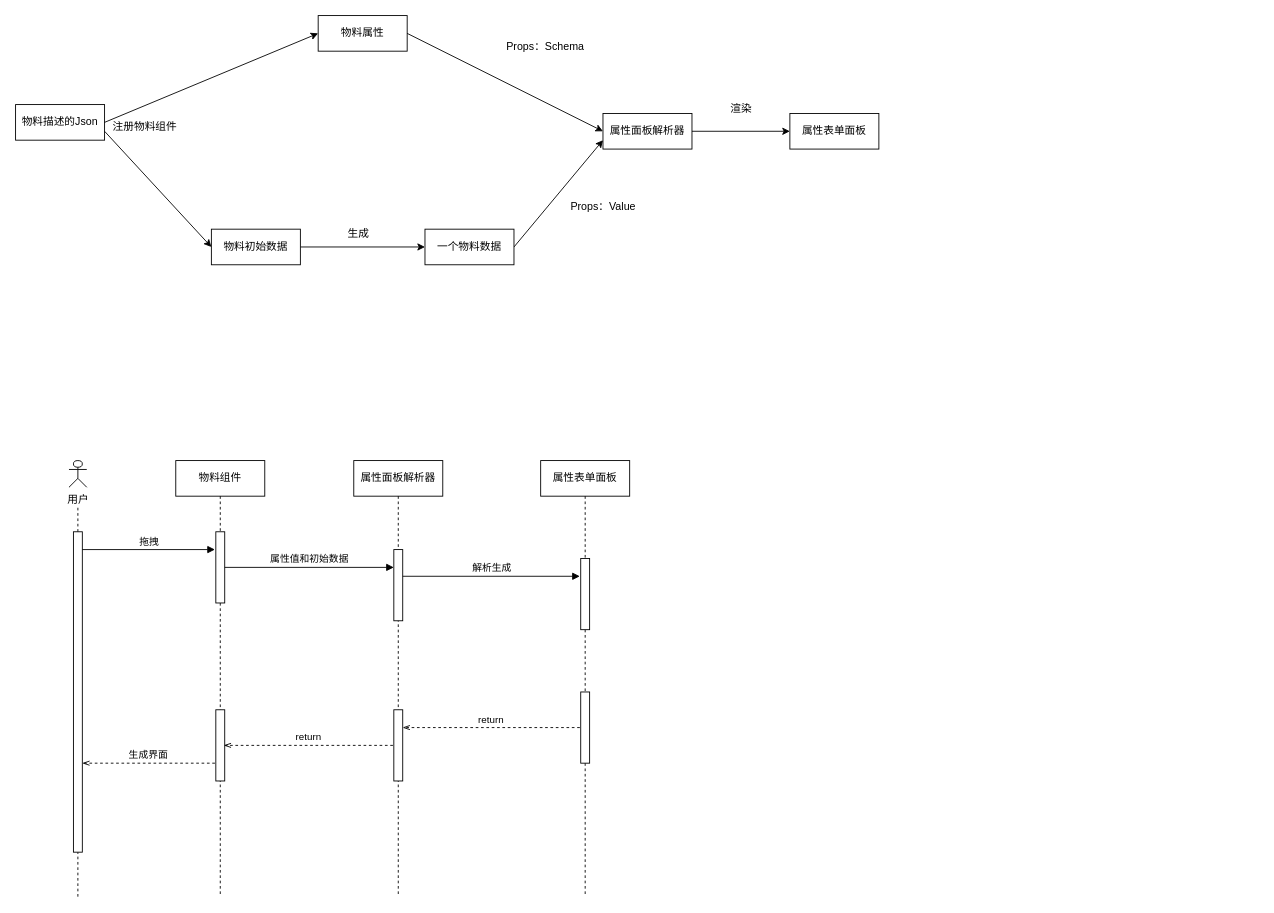
The draw.io diagram 属性面板.drawio in yuxinyu12345/diagrams, before the edit. Source tidied: cells renumbered, new cells numbered last; positions are measured from the earlier drawing's top-left corner, leaving out a move shared by most shapes. Both pictures are drawn from the tidied source at 89%, with x=0, y=0 at pixel (15, 15).
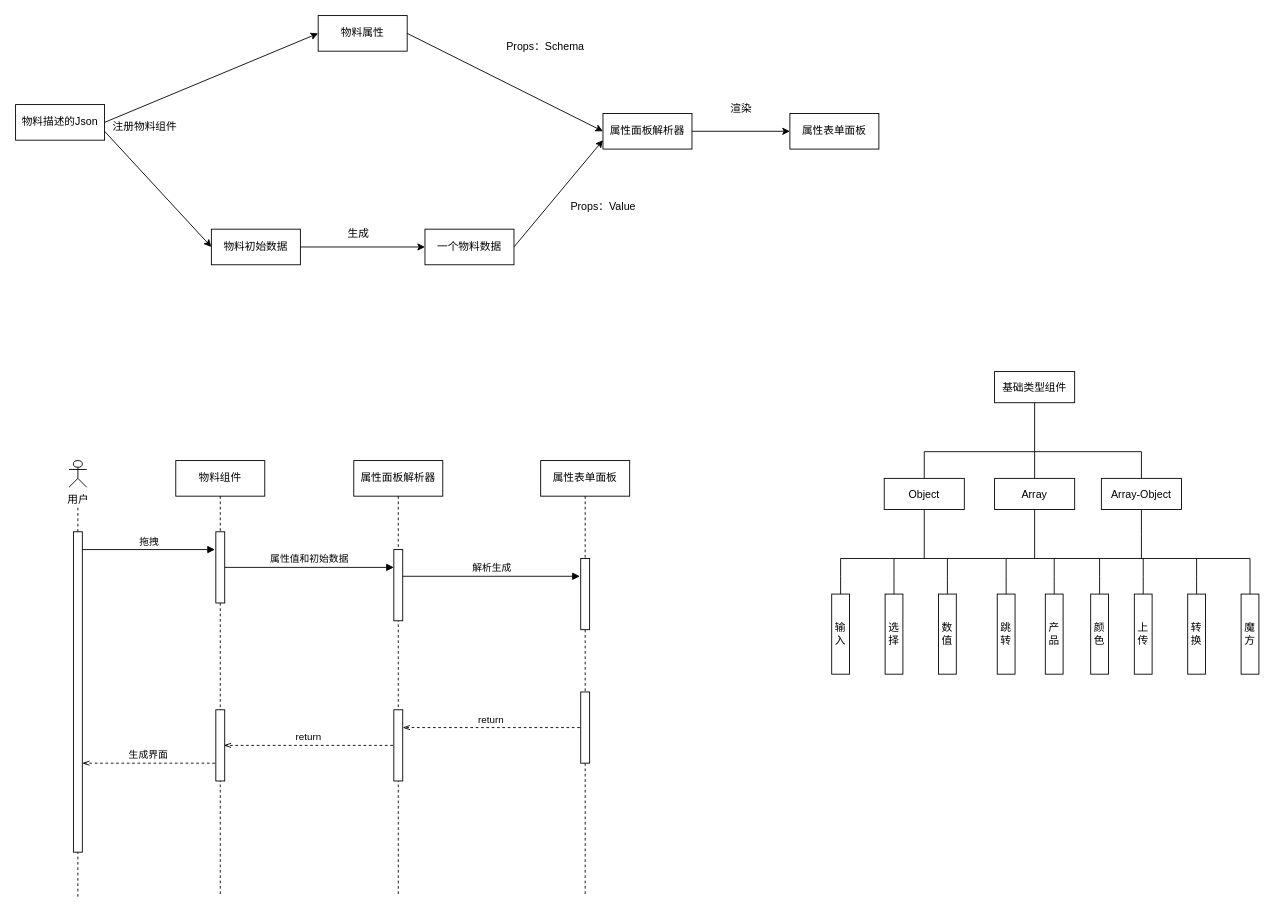
Above is the later version.

Commit message:
更新属性面板.drawio

The edit, as a diff of the source:
```diff
@@
+    <mxCell id="38" value="基础类型组件" style="rounded=0;whiteSpace=wrap;html=1;" parent="1" vertex="1">
+      <mxGeometry x="1100" y="400" width="90" height="35" as="geometry" />
+    </mxCell>
+    <mxCell id="39" style="edgeStyle=orthogonalEdgeStyle;rounded=0;jettySize=auto;html=1;exitX=0.5;exitY=0;exitDx=0;exitDy=0;endArrow=none;endFill=0;" parent="1" edge="1" source="41">
+      <mxGeometry relative="1" as="geometry">
+        <mxPoint x="1021" y="490" as="targetPoint" />
+      </mxGeometry>
+    </mxCell>
+    <mxCell id="40" style="edgeStyle=orthogonalEdgeStyle;rounded=0;jettySize=auto;html=1;exitX=0.5;exitY=1;exitDx=0;exitDy=0;endArrow=none;endFill=0;" parent="1" edge="1" source="41">
+      <mxGeometry relative="1" as="geometry">
+        <mxPoint x="1021" y="610" as="targetPoint" />
+      </mxGeometry>
+    </mxCell>
+    <mxCell id="41" value="Object" style="rounded=0;whiteSpace=wrap;html=1;" parent="1" vertex="1">
+      <mxGeometry x="976" y="520" width="90" height="35" as="geometry" />
+    </mxCell>
+    <mxCell id="42" style="edgeStyle=orthogonalEdgeStyle;rounded=0;jettySize=auto;html=1;exitX=0.5;exitY=0;exitDx=0;exitDy=0;endArrow=none;endFill=0;" parent="1" edge="1" source="44">
+      <mxGeometry relative="1" as="geometry">
+        <mxPoint x="1145" y="490" as="targetPoint" />
+      </mxGeometry>
+    </mxCell>
+    <mxCell id="43" style="edgeStyle=orthogonalEdgeStyle;rounded=0;jettySize=auto;html=1;exitX=0.5;exitY=1;exitDx=0;exitDy=0;endArrow=none;endFill=0;" parent="1" edge="1" source="44">
+      <mxGeometry relative="1" as="geometry">
+        <mxPoint x="1145" y="610" as="targetPoint" />
+      </mxGeometry>
+    </mxCell>
+    <mxCell id="44" value="Array" style="rounded=0;whiteSpace=wrap;html=1;" parent="1" vertex="1">
+      <mxGeometry x="1100" y="520" width="90" height="35" as="geometry" />
+    </mxCell>
+    <mxCell id="45" style="edgeStyle=orthogonalEdgeStyle;rounded=0;jettySize=auto;html=1;exitX=0.5;exitY=0;exitDx=0;exitDy=0;endArrow=none;endFill=0;" parent="1" edge="1" source="47">
+      <mxGeometry relative="1" as="geometry">
+        <mxPoint x="1265" y="490" as="targetPoint" />
+      </mxGeometry>
+    </mxCell>
+    <mxCell id="46" style="edgeStyle=orthogonalEdgeStyle;rounded=0;jettySize=auto;html=1;exitX=0.5;exitY=1;exitDx=0;exitDy=0;endArrow=none;endFill=0;" parent="1" edge="1" source="47">
+      <mxGeometry relative="1" as="geometry">
+        <mxPoint x="1265" y="610" as="targetPoint" />
+        <Array as="points">
+          <mxPoint x="1265" y="583" />
+          <mxPoint x="1265" y="583" />
+        </Array>
+      </mxGeometry>
+    </mxCell>
+    <mxCell id="47" value="Array-Object" style="rounded=0;whiteSpace=wrap;html=1;" parent="1" vertex="1">
+      <mxGeometry x="1220" y="520" width="90" height="35" as="geometry" />
+    </mxCell>
+    <mxCell id="48" style="endArrow=none;html=1;rounded=0;entryX=0.5;entryY=1;entryDx=0;entryDy=0;" parent="1" edge="1" target="38">
+      <mxGeometry relative="1" as="geometry">
+        <mxPoint x="1145" y="490" as="sourcePoint" />
+      </mxGeometry>
+    </mxCell>
+    <mxCell id="49" style="endArrow=none;html=1;rounded=0;" parent="1" edge="1">
+      <mxGeometry relative="1" as="geometry">
+        <mxPoint x="1021" y="490" as="sourcePoint" />
+        <mxPoint x="1265" y="490" as="targetPoint" />
+      </mxGeometry>
+    </mxCell>
+    <mxCell id="50" style="endArrow=none;html=1;rounded=0;" parent="1" edge="1">
+      <mxGeometry relative="1" as="geometry">
+        <mxPoint x="927" y="610" as="sourcePoint" />
+        <mxPoint x="1387" y="610" as="targetPoint" />
+      </mxGeometry>
+    </mxCell>
+    <mxCell id="51" style="edgeStyle=orthogonalEdgeStyle;rounded=0;jettySize=auto;html=1;exitX=0.5;exitY=0;exitDx=0;exitDy=0;endArrow=none;endFill=0;" parent="1" edge="1" source="52">
+      <mxGeometry relative="1" as="geometry">
+        <mxPoint x="927" y="610" as="targetPoint" />
+      </mxGeometry>
+    </mxCell>
+    <mxCell id="52" value="输入" style="rounded=0;whiteSpace=wrap;html=1;" parent="1" vertex="1">
+      <mxGeometry x="917" y="650" width="20" height="90" as="geometry" />
+    </mxCell>
+    <mxCell id="53" style="edgeStyle=orthogonalEdgeStyle;rounded=0;jettySize=auto;html=1;exitX=0.5;exitY=0;exitDx=0;exitDy=0;endArrow=none;endFill=0;" parent="1" edge="1" source="54">
+      <mxGeometry relative="1" as="geometry">
+        <mxPoint x="987" y="610" as="targetPoint" />
+      </mxGeometry>
+    </mxCell>
+    <mxCell id="54" value="选择" style="rounded=0;whiteSpace=wrap;html=1;" parent="1" vertex="1">
+      <mxGeometry x="977" y="650" width="20" height="90" as="geometry" />
+    </mxCell>
+    <mxCell id="55" style="edgeStyle=orthogonalEdgeStyle;rounded=0;jettySize=auto;html=1;exitX=0.5;exitY=0;exitDx=0;exitDy=0;endArrow=none;endFill=0;" parent="1" edge="1" source="56">
+      <mxGeometry relative="1" as="geometry">
+        <mxPoint x="1047" y="610" as="targetPoint" />
+      </mxGeometry>
+    </mxCell>
+    <mxCell id="56" value="数值" style="rounded=0;whiteSpace=wrap;html=1;" parent="1" vertex="1">
+      <mxGeometry x="1037" y="650" width="20" height="90" as="geometry" />
+    </mxCell>
+    <mxCell id="57" style="edgeStyle=orthogonalEdgeStyle;rounded=0;jettySize=auto;html=1;exitX=0.5;exitY=0;exitDx=0;exitDy=0;endArrow=none;endFill=0;" parent="1" edge="1" source="58">
+      <mxGeometry relative="1" as="geometry">
+        <mxPoint x="1113" y="610" as="targetPoint" />
+      </mxGeometry>
+    </mxCell>
+    <mxCell id="58" value="跳转" style="rounded=0;whiteSpace=wrap;html=1;" parent="1" vertex="1">
+      <mxGeometry x="1103" y="650" width="20" height="90" as="geometry" />
+    </mxCell>
+    <mxCell id="59" style="edgeStyle=orthogonalEdgeStyle;rounded=0;jettySize=auto;html=1;exitX=0.5;exitY=0;exitDx=0;exitDy=0;endArrow=none;endFill=0;" parent="1" edge="1" source="60">
+      <mxGeometry relative="1" as="geometry">
+        <mxPoint x="1167" y="610" as="targetPoint" />
+      </mxGeometry>
+    </mxCell>
+    <mxCell id="60" value="产品" style="rounded=0;whiteSpace=wrap;html=1;" parent="1" vertex="1">
+      <mxGeometry x="1157" y="650" width="20" height="90" as="geometry" />
+    </mxCell>
+    <mxCell id="61" style="edgeStyle=orthogonalEdgeStyle;rounded=0;jettySize=auto;html=1;exitX=0.5;exitY=0;exitDx=0;exitDy=0;endArrow=none;endFill=0;" parent="1" edge="1" source="62">
+      <mxGeometry relative="1" as="geometry">
+        <mxPoint x="1218" y="610" as="targetPoint" />
+      </mxGeometry>
+    </mxCell>
+    <mxCell id="62" value="颜色" style="rounded=0;whiteSpace=wrap;html=1;" parent="1" vertex="1">
+      <mxGeometry x="1208" y="650" width="20" height="90" as="geometry" />
+    </mxCell>
+    <mxCell id="63" style="edgeStyle=orthogonalEdgeStyle;rounded=0;jettySize=auto;html=1;exitX=0.5;exitY=0;exitDx=0;exitDy=0;endArrow=none;endFill=0;" parent="1" edge="1" source="64">
+      <mxGeometry relative="1" as="geometry">
+        <mxPoint x="1267" y="610" as="targetPoint" />
+      </mxGeometry>
+    </mxCell>
+    <mxCell id="64" value="上传" style="rounded=0;whiteSpace=wrap;html=1;" parent="1" vertex="1">
+      <mxGeometry x="1257" y="650" width="20" height="90" as="geometry" />
+    </mxCell>
+    <mxCell id="65" style="edgeStyle=orthogonalEdgeStyle;rounded=0;jettySize=auto;html=1;exitX=0.5;exitY=0;exitDx=0;exitDy=0;endArrow=none;endFill=0;" parent="1" edge="1" source="66">
+      <mxGeometry relative="1" as="geometry">
+        <mxPoint x="1327" y="610" as="targetPoint" />
+      </mxGeometry>
+    </mxCell>
+    <mxCell id="66" value="转换" style="rounded=0;whiteSpace=wrap;html=1;" parent="1" vertex="1">
+      <mxGeometry x="1317" y="650" width="20" height="90" as="geometry" />
+    </mxCell>
+    <mxCell id="67" style="edgeStyle=orthogonalEdgeStyle;rounded=0;jettySize=auto;html=1;exitX=0.5;exitY=0;exitDx=0;exitDy=0;endArrow=none;endFill=0;" parent="1" edge="1" source="68">
+      <mxGeometry relative="1" as="geometry">
+        <mxPoint x="1387" y="610" as="targetPoint" />
+      </mxGeometry>
+    </mxCell>
+    <mxCell id="68" value="魔方" style="rounded=0;whiteSpace=wrap;html=1;" parent="1" vertex="1">
+      <mxGeometry x="1377" y="650" width="20" height="90" as="geometry" />
+    </mxCell>
```
